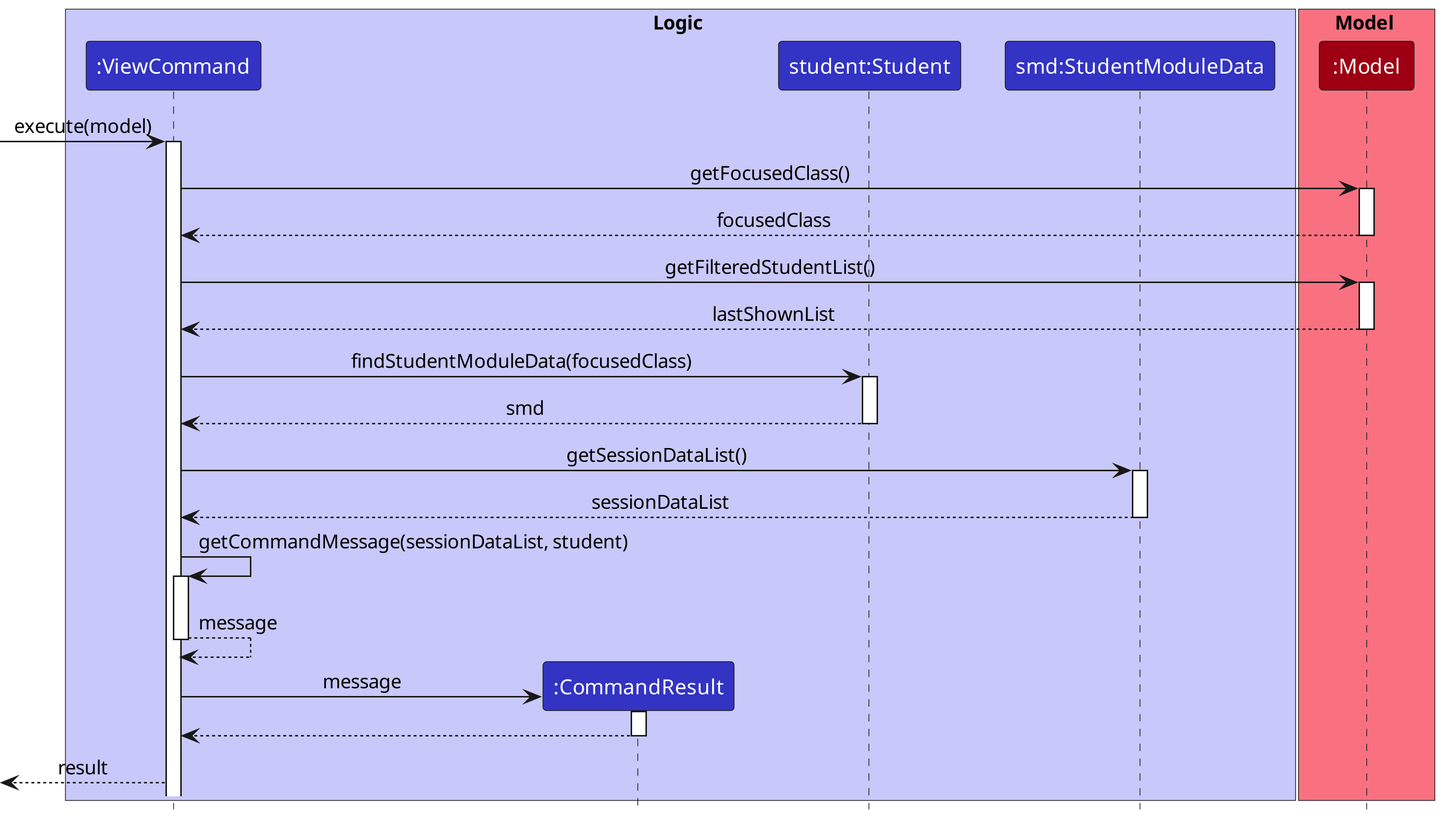
nus-cs2103-AY2223S1/tp keeps this PlantUML diagram as docs/images/ViewCommandSequenceDiagram.png. Above is the earlier version.
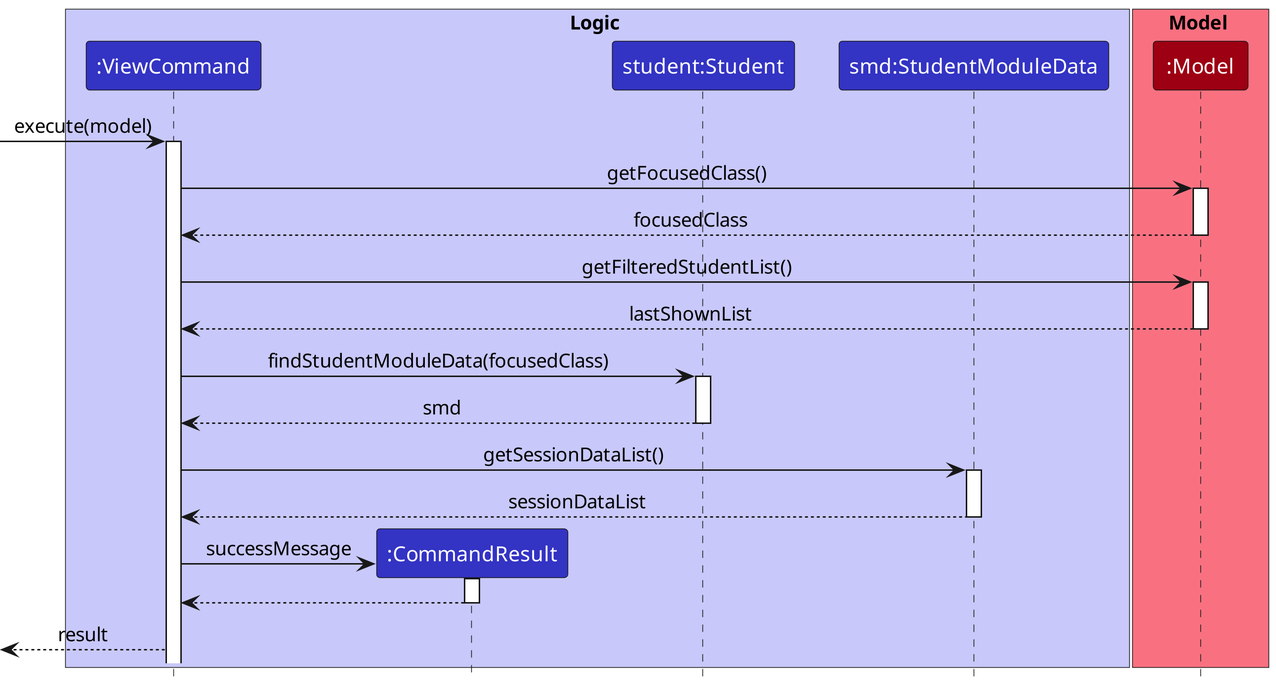
The same file after the commit.

Commit message:
DG: add parameter to CommandResult call

Diff of the diagram source:
```diff
@@ -35,13 +35,8 @@
 SMD --> ViewCommand: sessionDataList
 deactivate SMD
 
-ViewCommand -> ViewCommand: getCommandMessage(sessionDataList, student)
-activate ViewCommand
-ViewCommand --> ViewCommand: message
-deactivate ViewCommand
-
 create CommandResult
-ViewCommand -> CommandResult: message
+ViewCommand -> CommandResult: successMessage
 activate CommandResult
 
 CommandResult --> ViewCommand
```
